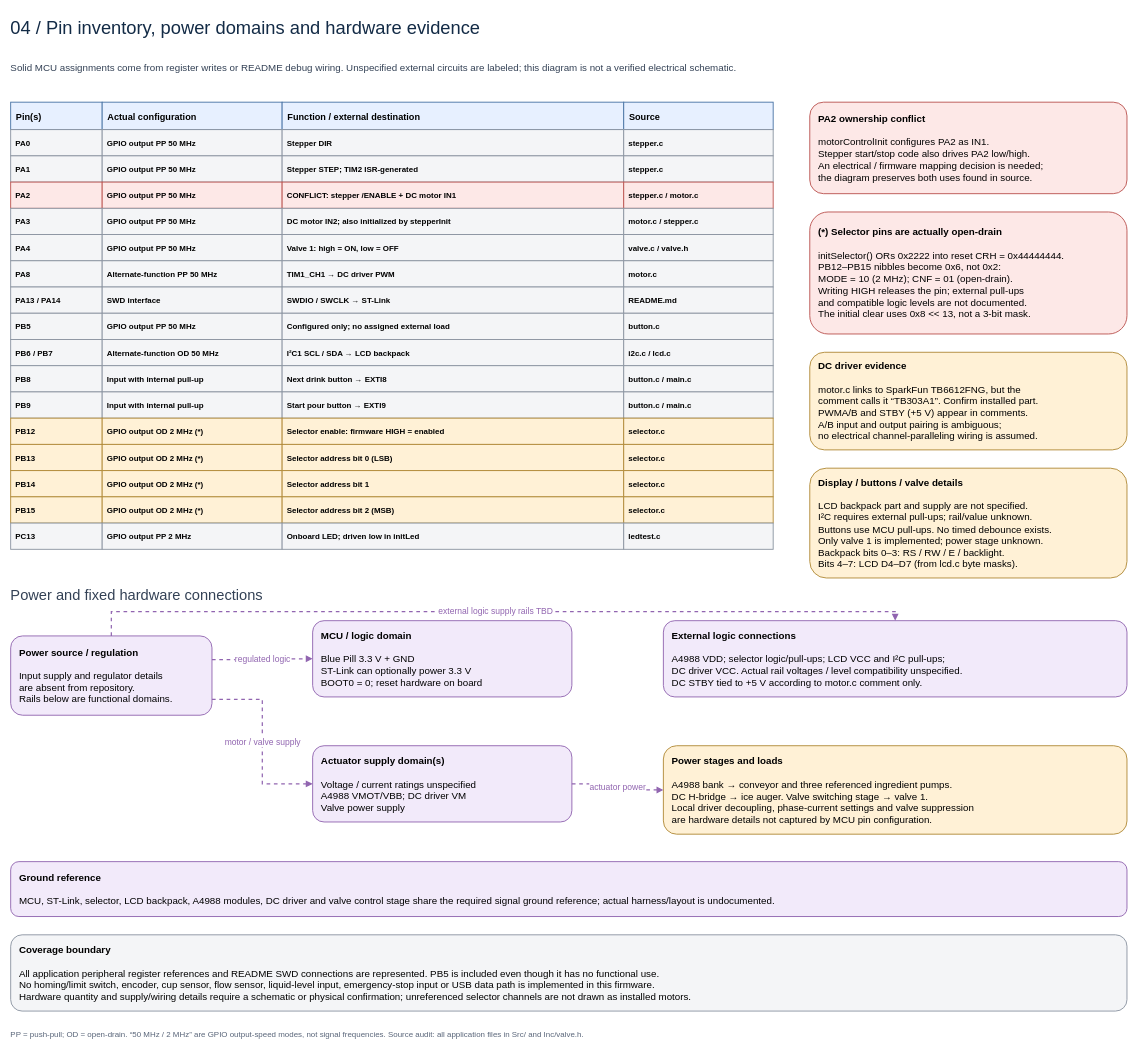
This is page "4 - Pin inventory power and open details" (4 of 4) of docs/stm32-bartender.drawio from JohnMoyer/STM32-Bartender, a draw.io file, before an edit. Source tidied: cells renumbered, new cells numbered last; positions are measured from the earlier drawing's top-left corner, leaving out a move shared by most shapes. Both pictures are drawn from the tidied source at 61%, with x=0, y=0 at pixel (10, 10).
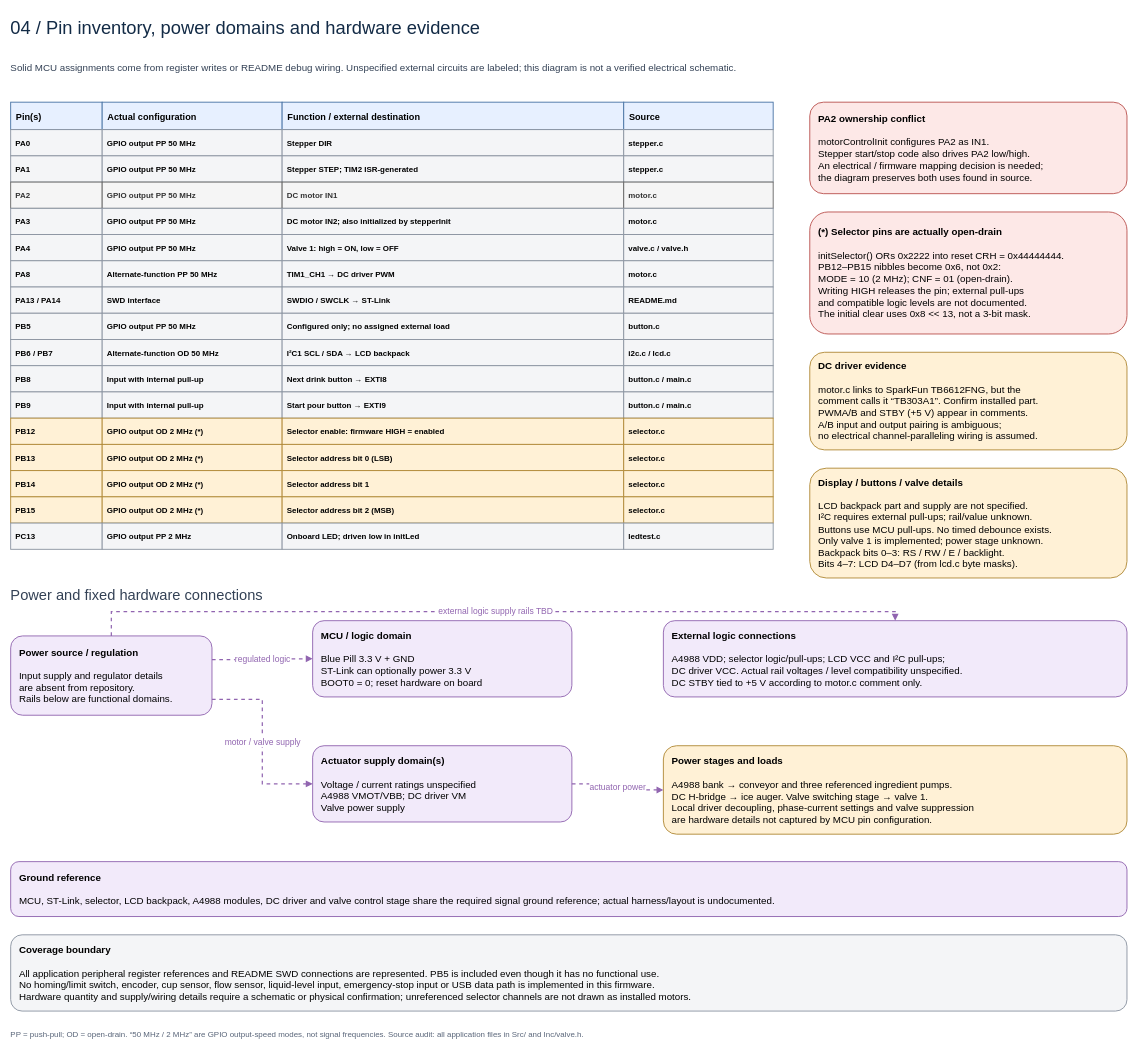
The same page after the edit.

Change to the diagram source:
```diff
@@
-    <mxCell id="16" value="&lt;b&gt;PA2&lt;/b&gt;" style="rounded=1;whiteSpace=wrap;html=1;align=left;verticalAlign=middle;spacing=14;fontSize=16;fontFamily=Helvetica;fillColor=#fde8e7;strokeColor=#bb5450;strokeWidth=1.5;rounded=0;fontStyle=0;fontSize=13;spacing=8;" parent="1" vertex="1">
+    <mxCell id="16" value="&lt;b&gt;PA2&lt;/b&gt;" style="rounded=1;whiteSpace=wrap;html=1;align=left;verticalAlign=middle;spacing=14;fontSize=16;fontFamily=Helvetica;fillColor=#f5f5f5;strokeColor=#666666;strokeWidth=1.5;rounded=0;fontStyle=0;fontSize=13;spacing=8;fontColor=#333333;" parent="1" vertex="1">
       <mxGeometry y="281" width="150" height="43" as="geometry" />
     </mxCell>
-    <mxCell id="17" value="&lt;b&gt;GPIO output PP 50 MHz&lt;/b&gt;" style="rounded=1;whiteSpace=wrap;html=1;align=left;verticalAlign=middle;spacing=14;fontSize=16;fontFamily=Helvetica;fillColor=#fde8e7;strokeColor=#bb5450;strokeWidth=1.5;rounded=0;fontStyle=0;fontSize=13;spacing=8;" parent="1" vertex="1">
+    <mxCell id="17" value="&lt;b&gt;GPIO output PP 50 MHz&lt;/b&gt;" style="rounded=1;whiteSpace=wrap;html=1;align=left;verticalAlign=middle;spacing=14;fontSize=16;fontFamily=Helvetica;fillColor=#f5f5f5;strokeColor=#666666;strokeWidth=1.5;rounded=0;fontStyle=0;fontSize=13;spacing=8;fontColor=#333333;" parent="1" vertex="1">
       <mxGeometry x="150" y="281" width="295" height="43" as="geometry" />
     </mxCell>
-    <mxCell id="18" value="&lt;b&gt;CONFLICT: stepper /ENABLE + DC motor IN1&lt;/b&gt;" style="rounded=1;whiteSpace=wrap;html=1;align=left;verticalAlign=middle;spacing=14;fontSize=16;fontFamily=Helvetica;fillColor=#fde8e7;strokeColor=#bb5450;strokeWidth=1.5;rounded=0;fontStyle=0;fontSize=13;spacing=8;" parent="1" vertex="1">
+    <mxCell id="18" value="&lt;b&gt;DC motor IN1&lt;/b&gt;" style="rounded=1;whiteSpace=wrap;html=1;align=left;verticalAlign=middle;spacing=14;fontSize=16;fontFamily=Helvetica;fillColor=#f5f5f5;strokeColor=#666666;strokeWidth=1.5;rounded=0;fontStyle=0;fontSize=13;spacing=8;fontColor=#333333;" parent="1" vertex="1">
       <mxGeometry x="445" y="281" width="560" height="43" as="geometry" />
     </mxCell>
-    <mxCell id="19" value="&lt;b&gt;stepper.c / motor.c&lt;/b&gt;" style="rounded=1;whiteSpace=wrap;html=1;align=left;verticalAlign=middle;spacing=14;fontSize=16;fontFamily=Helvetica;fillColor=#fde8e7;strokeColor=#bb5450;strokeWidth=1.5;rounded=0;fontStyle=0;fontSize=13;spacing=8;" parent="1" vertex="1">
+    <mxCell id="19" value="&lt;b&gt;motor.c&lt;/b&gt;" style="rounded=1;whiteSpace=wrap;html=1;align=left;verticalAlign=middle;spacing=14;fontSize=16;fontFamily=Helvetica;fillColor=#f5f5f5;strokeColor=#666666;strokeWidth=1.5;rounded=0;fontStyle=0;fontSize=13;spacing=8;fontColor=#333333;" parent="1" vertex="1">
       <mxGeometry x="1005" y="281" width="245" height="43" as="geometry" />
     </mxCell>
@@
-    <mxCell id="23" value="&lt;b&gt;motor.c / stepper.c&lt;/b&gt;" style="rounded=1;whiteSpace=wrap;html=1;align=left;verticalAlign=middle;spacing=14;fontSize=16;fontFamily=Helvetica;fillColor=#f4f5f7;strokeColor=#8b94a1;strokeWidth=1.5;rounded=0;fontStyle=0;fontSize=13;spacing=8;" parent="1" vertex="1">
+    <mxCell id="23" value="&lt;b&gt;motor.c&lt;/b&gt;" style="rounded=1;whiteSpace=wrap;html=1;align=left;verticalAlign=middle;spacing=14;fontSize=16;fontFamily=Helvetica;fillColor=#f4f5f7;strokeColor=#8b94a1;strokeWidth=1.5;rounded=0;fontStyle=0;fontSize=13;spacing=8;" parent="1" vertex="1">
       <mxGeometry x="1005" y="324" width="245" height="43" as="geometry" />
     </mxCell>
```
